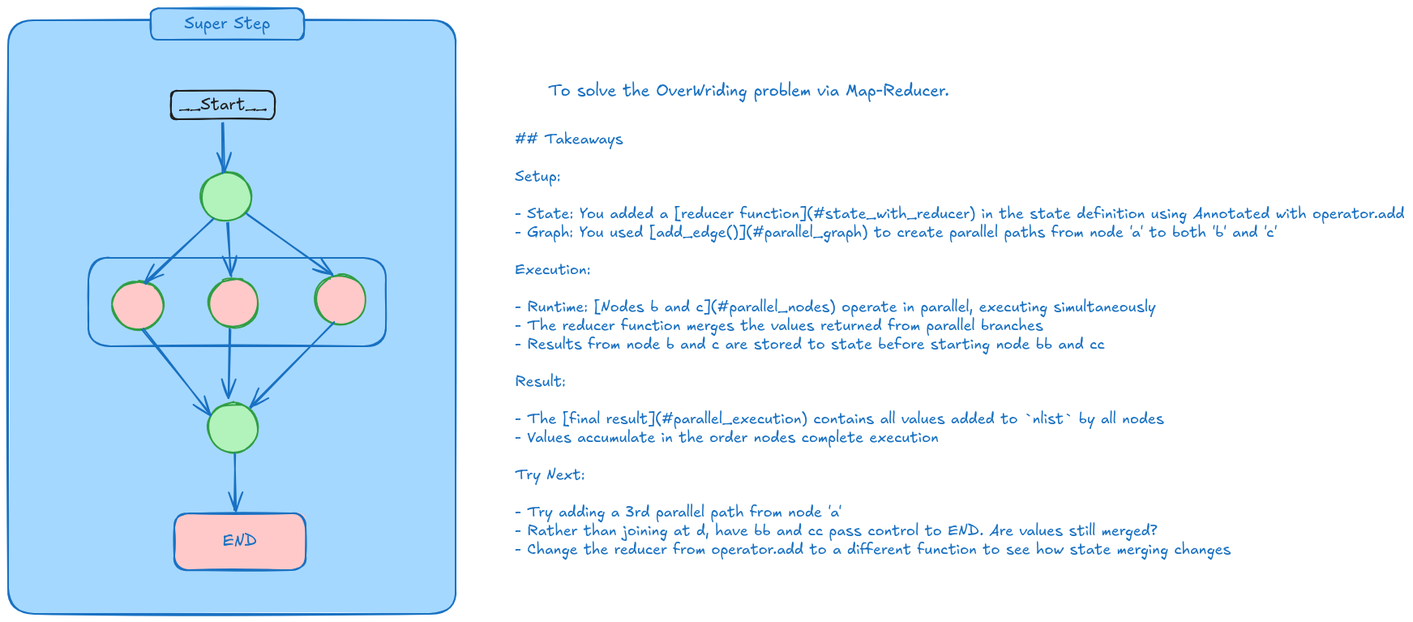
Before: 3.5-Quickstart-LangGraph-v.1.2/note.excalidraw.png, a diagram exported from Excalidraw (AIXerum/End-to-End-Agentic-AI-Automation-Lab). Source tidied: one line per element, renumbered; positions are measured from the earlier drawing's top-left corner, leaving out a move shared by most shapes.
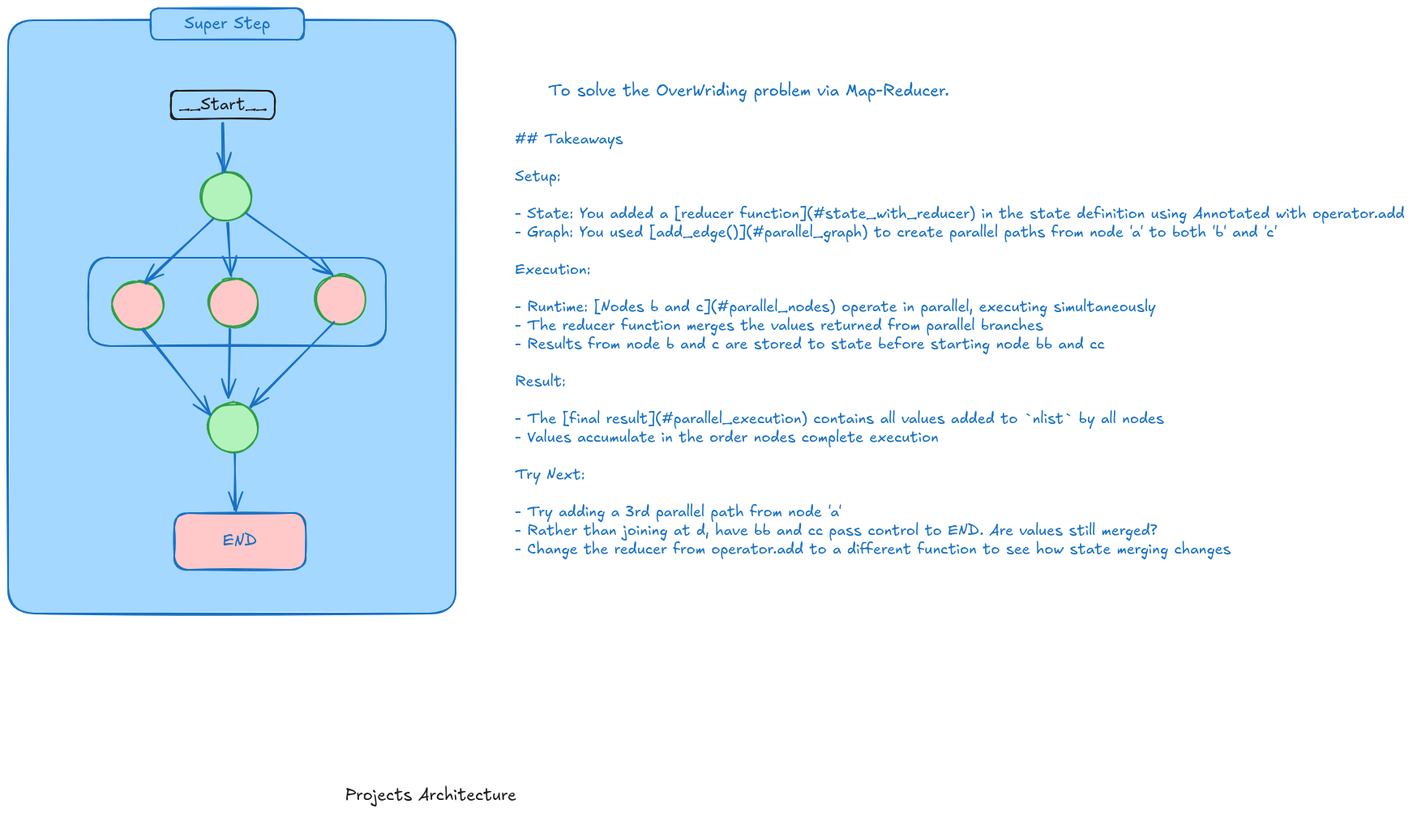
The same diagram one commit later.

Commit message:
start to design the project architecture

Change to the diagram source:
```diff
@@ -21,3 +21,4 @@
 {"id": 20, "type": "text", "text": "Super Step", "strokeColor": "#1971c2", "backgroundColor": "#a5d8ff", "fillStyle": "solid", "strokeWidth": 2, "roughness": 1, "fontSize": 20, "fontFamily": 5, "textAlign": "center", "verticalAlign": "middle", "inside": 19, "x": 217, "y": 7, "width": 106, "height": 25}
 {"id": 21, "type": "text", "text": "To solve the OverWriding problem via Map-Reducer.", "strokeColor": "#1971c2", "backgroundColor": "#a5d8ff", "fillStyle": "solid", "strokeWidth": 2, "roughness": 1, "fontSize": 20, "fontFamily": 5, "x": 666, "y": 90, "width": 494, "height": 25}
 {"id": 22, "type": "text", "text": "## Takeaways\n\nSetup:\n\n- State: You added a [reducer function](#state_with_reducer) in the state definition using Annotated with operator.add\n- Graph: You used [add_edge()](#parallel_graph) to create parallel paths from node 'a' to both 'b' and 'c'\n\nExecution:\n\n- Runtime: [Nodes b and c](#parallel_nodes) operate in parallel, executing simultaneously\n- The reducer function merges the values returned from parallel branches\n- Results from node b and c are stored to state before starting node bb and cc\n\nResult:\n\n- The [final result](#parallel_execution) contains all values added to `nlist` by all nodes\n- Values accumulate in the order nodes complete execution\n\nTry Next:\n\n- Try adding a 3rd parallel path from node 'a'\n- Rather than joining at d, have bb and cc pass control to END. Are values still merged?\n- Change the reducer from operator.add to a different function to see how state merging changes", "strokeColor": "#1971c2", "backgroundColor": "#a5d8ff", "fillStyle": "solid", "strokeWidth": 2, "roughness": 1, "fontSize": 18.41, "fontFamily": 5, "x": 625, "y": 151, "width": 1098, "height": 529}
+{"id": 23, "type": "text", "text": "Projects Architecture\n", "strokeColor": "#1e1e1e", "strokeWidth": 2, "roughness": 1, "fontSize": 20, "fontFamily": 5, "x": 416, "y": 959, "width": 211, "height": 50}
```
